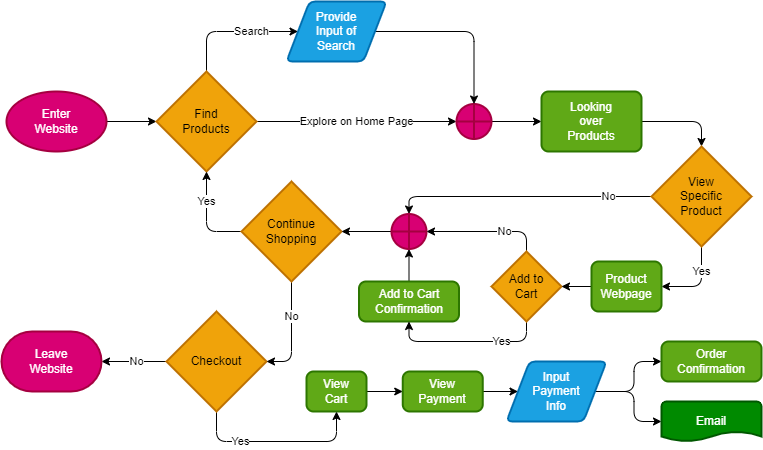
Earlier version of the draw.io export explore/diagramming/diagram.drawio.png (PierreBeurCoursework/cse110-lab-4). Source tidied: cells renumbered, new cells last; positions are measured from the earlier drawing's top-left corner, leaving out a move shared by most shapes.
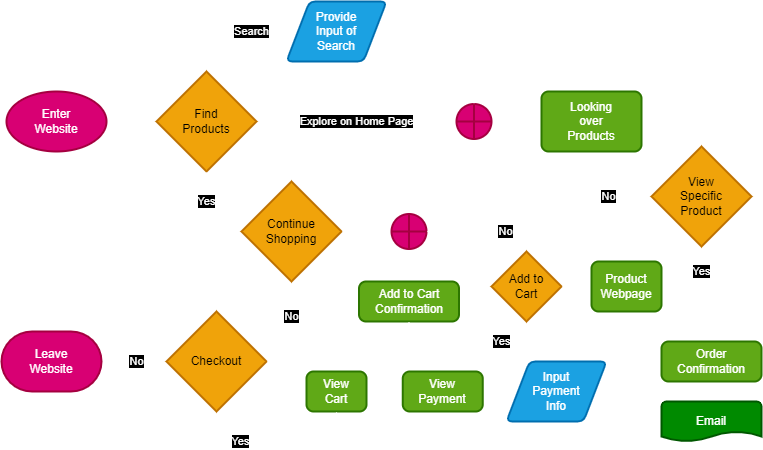
After the commit.

What changed in the source:
```diff
@@ -2,16 +2,16 @@
   <root>
     <mxCell id="0" />
     <mxCell id="1" parent="0" />
-    <mxCell id="2" style="edgeStyle=none;html=1;exitX=1;exitY=0.5;exitDx=0;exitDy=0;exitPerimeter=0;entryX=0;entryY=0.5;entryDx=0;entryDy=0;entryPerimeter=0;rounded=1;" parent="1" edge="1" source="3" target="6">
+    <mxCell id="2" style="edgeStyle=none;html=1;exitX=1;exitY=0.5;exitDx=0;exitDy=0;exitPerimeter=0;entryX=0;entryY=0.5;entryDx=0;entryDy=0;entryPerimeter=0;rounded=1;strokeColor=#FFFFFF;fontColor=#FFFFFF;labelBackgroundColor=#000000;" parent="1" edge="1" source="3" target="6">
       <mxGeometry relative="1" as="geometry" />
     </mxCell>
     <mxCell id="3" value="Enter&lt;br&gt;Website" style="strokeWidth=2;html=1;shape=mxgraph.flowchart.start_1;whiteSpace=wrap;fillColor=#d80073;fontColor=#ffffff;strokeColor=#A50040;rounded=1;" parent="1" vertex="1">
       <mxGeometry x="5" y="90" width="100" height="60" as="geometry" />
     </mxCell>
-    <mxCell id="4" value="Explore on Home Page" style="edgeStyle=none;html=1;exitX=1;exitY=0.5;exitDx=0;exitDy=0;exitPerimeter=0;entryX=0;entryY=0.5;entryDx=0;entryDy=0;entryPerimeter=0;rounded=1;" parent="1" edge="1" source="6" target="8">
+    <mxCell id="4" value="Explore on Home Page" style="edgeStyle=none;html=1;exitX=1;exitY=0.5;exitDx=0;exitDy=0;exitPerimeter=0;entryX=0;entryY=0.5;entryDx=0;entryDy=0;entryPerimeter=0;rounded=1;strokeColor=#FFFFFF;fontColor=#FFFFFF;labelBackgroundColor=#000000;" parent="1" edge="1" source="6" target="8">
       <mxGeometry relative="1" as="geometry" />
     </mxCell>
-    <mxCell id="5" value="Search" style="edgeStyle=orthogonalEdgeStyle;html=1;exitX=0.5;exitY=0;exitDx=0;exitDy=0;exitPerimeter=0;entryX=0;entryY=0.5;entryDx=0;entryDy=0;rounded=1;" parent="1" edge="1" source="6" target="10">
+    <mxCell id="5" value="Search" style="edgeStyle=orthogonalEdgeStyle;html=1;exitX=0.5;exitY=0;exitDx=0;exitDy=0;exitPerimeter=0;entryX=0;entryY=0.5;entryDx=0;entryDy=0;rounded=1;strokeColor=#FFFFFF;fontColor=#FFFFFF;labelBackgroundColor=#000000;" parent="1" edge="1" source="6" target="10">
       <mxGeometry x="0.29" relative="1" as="geometry">
         <Array as="points">
           <mxPoint x="205" y="30" />
@@ -21,40 +21,40 @@
     <mxCell id="6" value="Find&lt;br&gt;Products" style="strokeWidth=2;html=1;shape=mxgraph.flowchart.decision;whiteSpace=wrap;fillColor=#f0a30a;fontColor=#000000;strokeColor=#BD7000;rounded=1;" parent="1" vertex="1">
       <mxGeometry x="155" y="70" width="100" height="100" as="geometry" />
     </mxCell>
-    <mxCell id="7" style="edgeStyle=orthogonalEdgeStyle;html=1;exitX=1;exitY=0.5;exitDx=0;exitDy=0;exitPerimeter=0;entryX=0;entryY=0.5;entryDx=0;entryDy=0;rounded=1;" parent="1" edge="1" source="8" target="12">
+    <mxCell id="7" style="edgeStyle=orthogonalEdgeStyle;html=1;exitX=1;exitY=0.5;exitDx=0;exitDy=0;exitPerimeter=0;entryX=0;entryY=0.5;entryDx=0;entryDy=0;rounded=1;strokeColor=#FFFFFF;fontColor=#FFFFFF;labelBackgroundColor=#000000;" parent="1" edge="1" source="8" target="12">
       <mxGeometry relative="1" as="geometry" />
     </mxCell>
     <mxCell id="8" style="verticalLabelPosition=bottom;verticalAlign=top;html=1;shape=mxgraph.flowchart.summing_function;strokeWidth=2;fillColor=#d80073;fontColor=#ffffff;strokeColor=#A50040;rounded=1;" parent="1" vertex="1">
       <mxGeometry x="455" y="102.5" width="35" height="35" as="geometry" />
     </mxCell>
-    <mxCell id="9" style="edgeStyle=orthogonalEdgeStyle;html=1;exitX=1;exitY=0.5;exitDx=0;exitDy=0;entryX=0.5;entryY=0;entryDx=0;entryDy=0;entryPerimeter=0;rounded=1;" parent="1" edge="1" source="10" target="8">
+    <mxCell id="9" style="edgeStyle=orthogonalEdgeStyle;html=1;exitX=1;exitY=0.5;exitDx=0;exitDy=0;entryX=0.5;entryY=0;entryDx=0;entryDy=0;entryPerimeter=0;rounded=1;strokeColor=#FFFFFF;fontColor=#FFFFFF;labelBackgroundColor=#000000;" parent="1" edge="1" source="10" target="8">
       <mxGeometry relative="1" as="geometry" />
     </mxCell>
     <mxCell id="10" value="Provide&lt;br&gt;Input of&lt;br&gt;Search" style="shape=parallelogram;html=1;strokeWidth=2;perimeter=parallelogramPerimeter;whiteSpace=wrap;rounded=1;arcSize=12;size=0.23;fillColor=#1ba1e2;fontColor=#ffffff;strokeColor=#006EAF;" parent="1" vertex="1">
       <mxGeometry x="285" width="100" height="60" as="geometry" />
     </mxCell>
-    <mxCell id="11" style="edgeStyle=orthogonalEdgeStyle;rounded=1;html=1;exitX=1;exitY=0.5;exitDx=0;exitDy=0;entryX=0.5;entryY=0;entryDx=0;entryDy=0;entryPerimeter=0;" parent="1" edge="1" source="12" target="28">
+    <mxCell id="11" style="edgeStyle=orthogonalEdgeStyle;rounded=1;html=1;exitX=1;exitY=0.5;exitDx=0;exitDy=0;entryX=0.5;entryY=0;entryDx=0;entryDy=0;entryPerimeter=0;strokeColor=#FFFFFF;fontColor=#FFFFFF;labelBackgroundColor=#000000;" parent="1" edge="1" source="12" target="28">
       <mxGeometry relative="1" as="geometry" />
     </mxCell>
     <mxCell id="12" value="Looking&lt;br&gt;over&lt;br&gt;Products" style="rounded=1;whiteSpace=wrap;html=1;absoluteArcSize=1;arcSize=14;strokeWidth=2;fillColor=#60a917;fontColor=#ffffff;strokeColor=#2D7600;" parent="1" vertex="1">
       <mxGeometry x="540" y="90" width="100" height="60" as="geometry" />
     </mxCell>
-    <mxCell id="13" style="edgeStyle=orthogonalEdgeStyle;html=1;exitX=1;exitY=0.5;exitDx=0;exitDy=0;entryX=0;entryY=0.5;entryDx=0;entryDy=0;rounded=1;" parent="1" edge="1" source="14" target="16">
+    <mxCell id="13" style="edgeStyle=orthogonalEdgeStyle;html=1;exitX=1;exitY=0.5;exitDx=0;exitDy=0;entryX=0;entryY=0.5;entryDx=0;entryDy=0;rounded=1;strokeColor=#FFFFFF;fontColor=#FFFFFF;labelBackgroundColor=#000000;" parent="1" edge="1" source="14" target="16">
       <mxGeometry relative="1" as="geometry" />
     </mxCell>
     <mxCell id="14" value="View&lt;br&gt;Cart" style="rounded=1;whiteSpace=wrap;html=1;absoluteArcSize=1;arcSize=14;strokeWidth=2;fillColor=#60a917;fontColor=#ffffff;strokeColor=#2D7600;" parent="1" vertex="1">
       <mxGeometry x="305" y="370" width="60" height="40" as="geometry" />
     </mxCell>
-    <mxCell id="15" style="edgeStyle=orthogonalEdgeStyle;html=1;exitX=1;exitY=0.5;exitDx=0;exitDy=0;entryX=0;entryY=0.5;entryDx=0;entryDy=0;rounded=1;" parent="1" edge="1" source="16" target="19">
+    <mxCell id="15" style="edgeStyle=orthogonalEdgeStyle;html=1;exitX=1;exitY=0.5;exitDx=0;exitDy=0;entryX=0;entryY=0.5;entryDx=0;entryDy=0;rounded=1;strokeColor=#FFFFFF;fontColor=#FFFFFF;labelBackgroundColor=#000000;" parent="1" edge="1" source="16" target="19">
       <mxGeometry relative="1" as="geometry" />
     </mxCell>
     <mxCell id="16" value="View&lt;br&gt;Payment" style="rounded=1;whiteSpace=wrap;html=1;absoluteArcSize=1;arcSize=14;strokeWidth=2;fillColor=#60a917;fontColor=#ffffff;strokeColor=#2D7600;" parent="1" vertex="1">
       <mxGeometry x="401.2" y="370" width="80" height="40" as="geometry" />
     </mxCell>
-    <mxCell id="17" style="edgeStyle=orthogonalEdgeStyle;html=1;exitX=1;exitY=0.5;exitDx=0;exitDy=0;entryX=0;entryY=0.5;entryDx=0;entryDy=0;rounded=1;" parent="1" edge="1" source="19" target="20">
+    <mxCell id="17" style="edgeStyle=orthogonalEdgeStyle;html=1;exitX=1;exitY=0.5;exitDx=0;exitDy=0;entryX=0;entryY=0.5;entryDx=0;entryDy=0;rounded=1;strokeColor=#FFFFFF;fontColor=#FFFFFF;labelBackgroundColor=#000000;" parent="1" edge="1" source="19" target="20">
       <mxGeometry relative="1" as="geometry" />
     </mxCell>
-    <mxCell id="18" style="edgeStyle=orthogonalEdgeStyle;html=1;exitX=1;exitY=0.5;exitDx=0;exitDy=0;entryX=0;entryY=0.5;entryDx=0;entryDy=0;entryPerimeter=0;rounded=1;" parent="1" edge="1" source="19" target="21">
+    <mxCell id="18" style="edgeStyle=orthogonalEdgeStyle;html=1;exitX=1;exitY=0.5;exitDx=0;exitDy=0;entryX=0;entryY=0.5;entryDx=0;entryDy=0;entryPerimeter=0;rounded=1;strokeColor=#FFFFFF;fontColor=#FFFFFF;labelBackgroundColor=#000000;" parent="1" edge="1" source="19" target="21">
       <mxGeometry relative="1" as="geometry" />
     </mxCell>
     <mxCell id="19" value="Input&lt;br&gt;Payment&lt;br&gt;Info" style="shape=parallelogram;html=1;strokeWidth=2;perimeter=parallelogramPerimeter;whiteSpace=wrap;rounded=1;arcSize=12;size=0.23;fillColor=#1ba1e2;fontColor=#ffffff;strokeColor=#006EAF;" parent="1" vertex="1">
@@ -66,10 +66,10 @@
     <mxCell id="21" value="Email&lt;br&gt;" style="strokeWidth=2;html=1;shape=mxgraph.flowchart.document2;whiteSpace=wrap;size=0.25;fillColor=#008a00;fontColor=#ffffff;strokeColor=#005700;rounded=1;" parent="1" vertex="1">
       <mxGeometry x="660" y="400" width="100" height="40" as="geometry" />
     </mxCell>
-    <mxCell id="22" value="No" style="edgeStyle=orthogonalEdgeStyle;html=1;exitX=0;exitY=0.5;exitDx=0;exitDy=0;exitPerimeter=0;entryX=1;entryY=0.5;entryDx=0;entryDy=0;entryPerimeter=0;rounded=1;" parent="1" edge="1" source="24" target="25">
+    <mxCell id="22" value="No" style="edgeStyle=orthogonalEdgeStyle;html=1;exitX=0;exitY=0.5;exitDx=0;exitDy=0;exitPerimeter=0;entryX=1;entryY=0.5;entryDx=0;entryDy=0;entryPerimeter=0;rounded=1;strokeColor=#FFFFFF;fontColor=#FFFFFF;labelBackgroundColor=#000000;" parent="1" edge="1" source="24" target="25">
       <mxGeometry x="-0.07" relative="1" as="geometry" />
     </mxCell>
-    <mxCell id="23" value="Yes" style="edgeStyle=orthogonalEdgeStyle;rounded=1;html=1;exitX=0.5;exitY=1;exitDx=0;exitDy=0;exitPerimeter=0;entryX=0.5;entryY=1;entryDx=0;entryDy=0;" parent="1" edge="1" source="24" target="14">
+    <mxCell id="23" value="Yes" style="edgeStyle=orthogonalEdgeStyle;rounded=1;html=1;exitX=0.5;exitY=1;exitDx=0;exitDy=0;exitPerimeter=0;entryX=0.5;entryY=1;entryDx=0;entryDy=0;strokeColor=#FFFFFF;fontColor=#FFFFFF;labelBackgroundColor=#000000;" parent="1" edge="1" source="24" target="14">
       <mxGeometry x="-0.4" relative="1" as="geometry">
         <Array as="points">
           <mxPoint x="215" y="440" />
@@ -83,40 +83,40 @@
     <mxCell id="25" value="Leave&lt;br&gt;Website" style="strokeWidth=2;html=1;shape=mxgraph.flowchart.terminator;whiteSpace=wrap;fillColor=#d80073;fontColor=#ffffff;strokeColor=#A50040;rounded=1;" parent="1" vertex="1">
       <mxGeometry y="330" width="100" height="60" as="geometry" />
     </mxCell>
-    <mxCell id="26" value="No" style="edgeStyle=orthogonalEdgeStyle;rounded=1;html=1;exitX=0;exitY=0.5;exitDx=0;exitDy=0;exitPerimeter=0;entryX=0.5;entryY=0;entryDx=0;entryDy=0;entryPerimeter=0;" parent="1" edge="1" source="28" target="35">
+    <mxCell id="26" value="No" style="edgeStyle=orthogonalEdgeStyle;rounded=1;html=1;exitX=0;exitY=0.5;exitDx=0;exitDy=0;exitPerimeter=0;entryX=0.5;entryY=0;entryDx=0;entryDy=0;entryPerimeter=0;strokeColor=#FFFFFF;fontColor=#FFFFFF;labelBackgroundColor=#000000;" parent="1" edge="1" source="28" target="35">
       <mxGeometry x="-0.67" relative="1" as="geometry" />
     </mxCell>
-    <mxCell id="27" value="Yes" style="edgeStyle=orthogonalEdgeStyle;rounded=1;html=1;exitX=0.5;exitY=1;exitDx=0;exitDy=0;exitPerimeter=0;entryX=1;entryY=0.5;entryDx=0;entryDy=0;" parent="1" edge="1" source="28" target="40">
+    <mxCell id="27" value="Yes" style="edgeStyle=orthogonalEdgeStyle;rounded=1;html=1;exitX=0.5;exitY=1;exitDx=0;exitDy=0;exitPerimeter=0;entryX=1;entryY=0.5;entryDx=0;entryDy=0;strokeColor=#FFFFFF;fontColor=#FFFFFF;labelBackgroundColor=#000000;" parent="1" edge="1" source="28" target="40">
       <mxGeometry x="-0.38" relative="1" as="geometry" />
     </mxCell>
     <mxCell id="28" value="View&lt;br&gt;Specific&lt;br&gt;Product" style="strokeWidth=2;html=1;shape=mxgraph.flowchart.decision;whiteSpace=wrap;fillColor=#f0a30a;fontColor=#000000;strokeColor=#BD7000;rounded=1;" parent="1" vertex="1">
       <mxGeometry x="650" y="145" width="100" height="100" as="geometry" />
     </mxCell>
-    <mxCell id="29" style="edgeStyle=orthogonalEdgeStyle;rounded=1;html=1;exitX=0.5;exitY=0;exitDx=0;exitDy=0;entryX=0.5;entryY=1;entryDx=0;entryDy=0;entryPerimeter=0;" parent="1" edge="1" source="30" target="35">
+    <mxCell id="29" style="edgeStyle=orthogonalEdgeStyle;rounded=1;html=1;exitX=0.5;exitY=0;exitDx=0;exitDy=0;entryX=0.5;entryY=1;entryDx=0;entryDy=0;entryPerimeter=0;strokeColor=#FFFFFF;fontColor=#FFFFFF;labelBackgroundColor=#000000;" parent="1" edge="1" source="30" target="35">
       <mxGeometry relative="1" as="geometry" />
     </mxCell>
     <mxCell id="30" value="Add to Cart&lt;br&gt;Confirmation" style="rounded=1;whiteSpace=wrap;html=1;absoluteArcSize=1;arcSize=14;strokeWidth=2;fillColor=#60a917;fontColor=#ffffff;strokeColor=#2D7600;" parent="1" vertex="1">
       <mxGeometry x="357.5" y="280" width="100" height="40" as="geometry" />
     </mxCell>
-    <mxCell id="31" value="No" style="edgeStyle=orthogonalEdgeStyle;rounded=1;html=1;exitX=0.5;exitY=1;exitDx=0;exitDy=0;exitPerimeter=0;entryX=1;entryY=0.5;entryDx=0;entryDy=0;entryPerimeter=0;" parent="1" edge="1" source="33" target="24">
+    <mxCell id="31" value="No" style="edgeStyle=orthogonalEdgeStyle;rounded=1;html=1;exitX=0.5;exitY=1;exitDx=0;exitDy=0;exitPerimeter=0;entryX=1;entryY=0.5;entryDx=0;entryDy=0;entryPerimeter=0;strokeColor=#FFFFFF;fontColor=#FFFFFF;labelBackgroundColor=#000000;" parent="1" edge="1" source="33" target="24">
       <mxGeometry x="-0.33" relative="1" as="geometry" />
     </mxCell>
-    <mxCell id="32" value="Yes" style="edgeStyle=orthogonalEdgeStyle;rounded=1;html=1;exitX=0;exitY=0.5;exitDx=0;exitDy=0;exitPerimeter=0;entryX=0.5;entryY=1;entryDx=0;entryDy=0;entryPerimeter=0;" parent="1" edge="1" source="33" target="6">
+    <mxCell id="32" value="Yes" style="edgeStyle=orthogonalEdgeStyle;rounded=1;html=1;exitX=0;exitY=0.5;exitDx=0;exitDy=0;exitPerimeter=0;entryX=0.5;entryY=1;entryDx=0;entryDy=0;entryPerimeter=0;strokeColor=#FFFFFF;fontColor=#FFFFFF;labelBackgroundColor=#000000;" parent="1" edge="1" source="33" target="6">
       <mxGeometry x="0.37" relative="1" as="geometry" />
     </mxCell>
     <mxCell id="33" value="Continue&lt;br&gt;Shopping" style="strokeWidth=2;html=1;shape=mxgraph.flowchart.decision;whiteSpace=wrap;rounded=1;fillColor=#f0a30a;fontColor=#000000;strokeColor=#BD7000;" parent="1" vertex="1">
       <mxGeometry x="240" y="180" width="100" height="100" as="geometry" />
     </mxCell>
-    <mxCell id="34" style="edgeStyle=orthogonalEdgeStyle;rounded=1;html=1;exitX=0;exitY=0.5;exitDx=0;exitDy=0;exitPerimeter=0;entryX=1;entryY=0.5;entryDx=0;entryDy=0;entryPerimeter=0;" parent="1" edge="1" source="35" target="33">
+    <mxCell id="34" style="edgeStyle=orthogonalEdgeStyle;rounded=1;html=1;exitX=0;exitY=0.5;exitDx=0;exitDy=0;exitPerimeter=0;entryX=1;entryY=0.5;entryDx=0;entryDy=0;entryPerimeter=0;strokeColor=#FFFFFF;fontColor=#FFFFFF;labelBackgroundColor=#000000;" parent="1" edge="1" source="35" target="33">
       <mxGeometry relative="1" as="geometry" />
     </mxCell>
     <mxCell id="35" style="verticalLabelPosition=bottom;verticalAlign=top;html=1;shape=mxgraph.flowchart.summing_function;rounded=1;strokeWidth=2;fillColor=#d80073;fontColor=#ffffff;strokeColor=#A50040;" parent="1" vertex="1">
       <mxGeometry x="390" y="212.5" width="35" height="35" as="geometry" />
     </mxCell>
-    <mxCell id="36" value="No" style="edgeStyle=orthogonalEdgeStyle;rounded=1;html=1;exitX=0.5;exitY=0;exitDx=0;exitDy=0;exitPerimeter=0;entryX=1;entryY=0.5;entryDx=0;entryDy=0;entryPerimeter=0;" parent="1" edge="1" source="38" target="35">
+    <mxCell id="36" value="No" style="edgeStyle=orthogonalEdgeStyle;rounded=1;html=1;exitX=0.5;exitY=0;exitDx=0;exitDy=0;exitPerimeter=0;entryX=1;entryY=0.5;entryDx=0;entryDy=0;entryPerimeter=0;strokeColor=#FFFFFF;fontColor=#FFFFFF;labelBackgroundColor=#000000;" parent="1" edge="1" source="38" target="35">
       <mxGeometry x="-0.31" relative="1" as="geometry" />
     </mxCell>
-    <mxCell id="37" value="Yes" style="edgeStyle=orthogonalEdgeStyle;rounded=1;html=1;exitX=0.5;exitY=1;exitDx=0;exitDy=0;exitPerimeter=0;entryX=0.5;entryY=1;entryDx=0;entryDy=0;" parent="1" edge="1" source="38" target="30">
+    <mxCell id="37" value="Yes" style="edgeStyle=orthogonalEdgeStyle;rounded=1;html=1;exitX=0.5;exitY=1;exitDx=0;exitDy=0;exitPerimeter=0;entryX=0.5;entryY=1;entryDx=0;entryDy=0;strokeColor=#FFFFFF;fontColor=#FFFFFF;labelBackgroundColor=#000000;" parent="1" edge="1" source="38" target="30">
       <mxGeometry x="-0.43" relative="1" as="geometry">
         <Array as="points">
           <mxPoint x="525" y="340" />
@@ -127,7 +127,7 @@
     <mxCell id="38" value="Add to&lt;br&gt;Cart" style="strokeWidth=2;html=1;shape=mxgraph.flowchart.decision;whiteSpace=wrap;rounded=1;fillColor=#f0a30a;fontColor=#000000;strokeColor=#BD7000;" parent="1" vertex="1">
       <mxGeometry x="490" y="250" width="70" height="70" as="geometry" />
     </mxCell>
-    <mxCell id="39" style="edgeStyle=orthogonalEdgeStyle;rounded=1;html=1;" parent="1" edge="1" source="40" target="38">
+    <mxCell id="39" style="edgeStyle=orthogonalEdgeStyle;rounded=1;html=1;strokeColor=#FFFFFF;fontColor=#FFFFFF;labelBackgroundColor=#000000;" parent="1" edge="1" source="40" target="38">
       <mxGeometry relative="1" as="geometry" />
     </mxCell>
     <mxCell id="40" value="Product&lt;br&gt;Webpage" style="rounded=1;whiteSpace=wrap;html=1;absoluteArcSize=1;arcSize=14;strokeWidth=2;fillColor=#60a917;fontColor=#ffffff;strokeColor=#2D7600;" parent="1" vertex="1">
```
